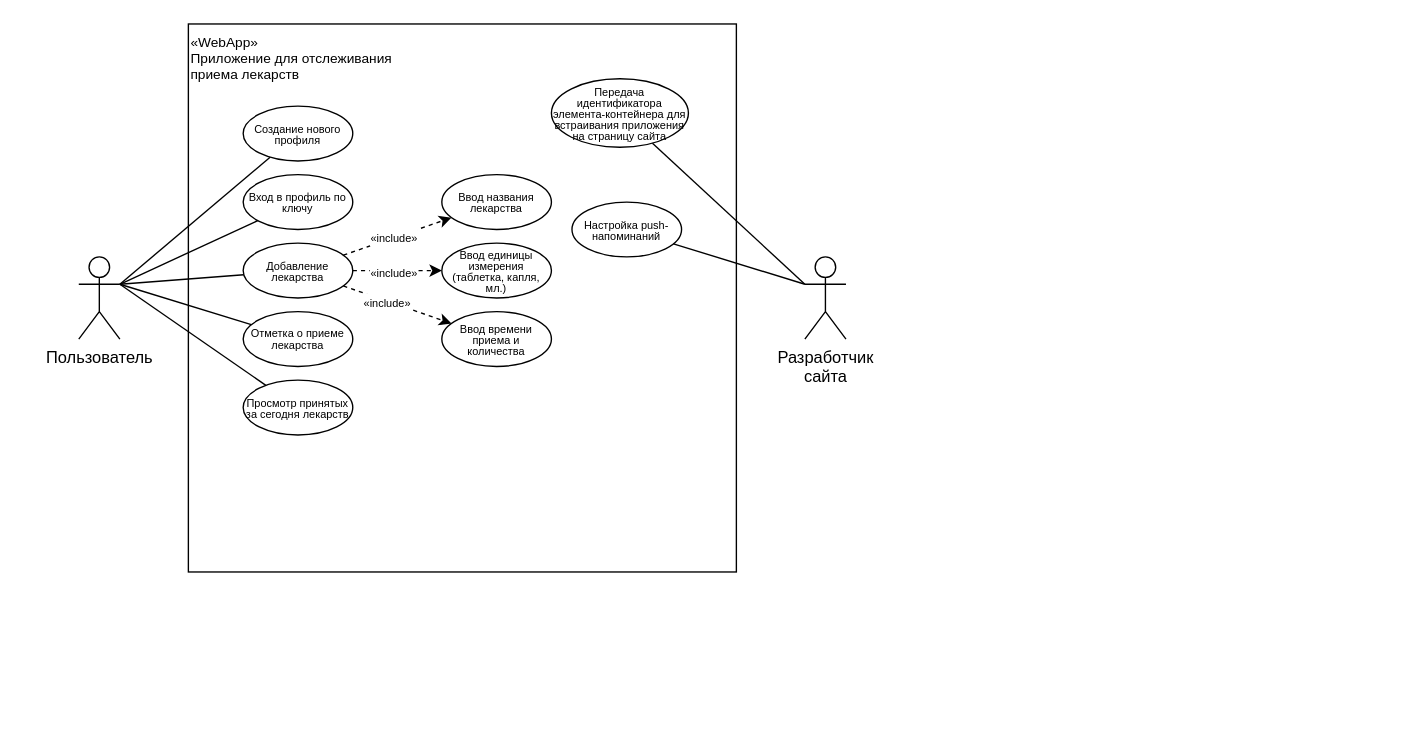
shar3nda/js-hw1 keeps this draw.io diagram as КрупновИван.drawio. Above is the earlier version. Source tidied: cells renumbered, new cells numbered last; positions are measured from the earlier drawing's top-left corner, leaving out a move shared by most shapes. Both pictures are drawn from the tidied source at 137%, with x=0, y=0 at pixel (23, 23).
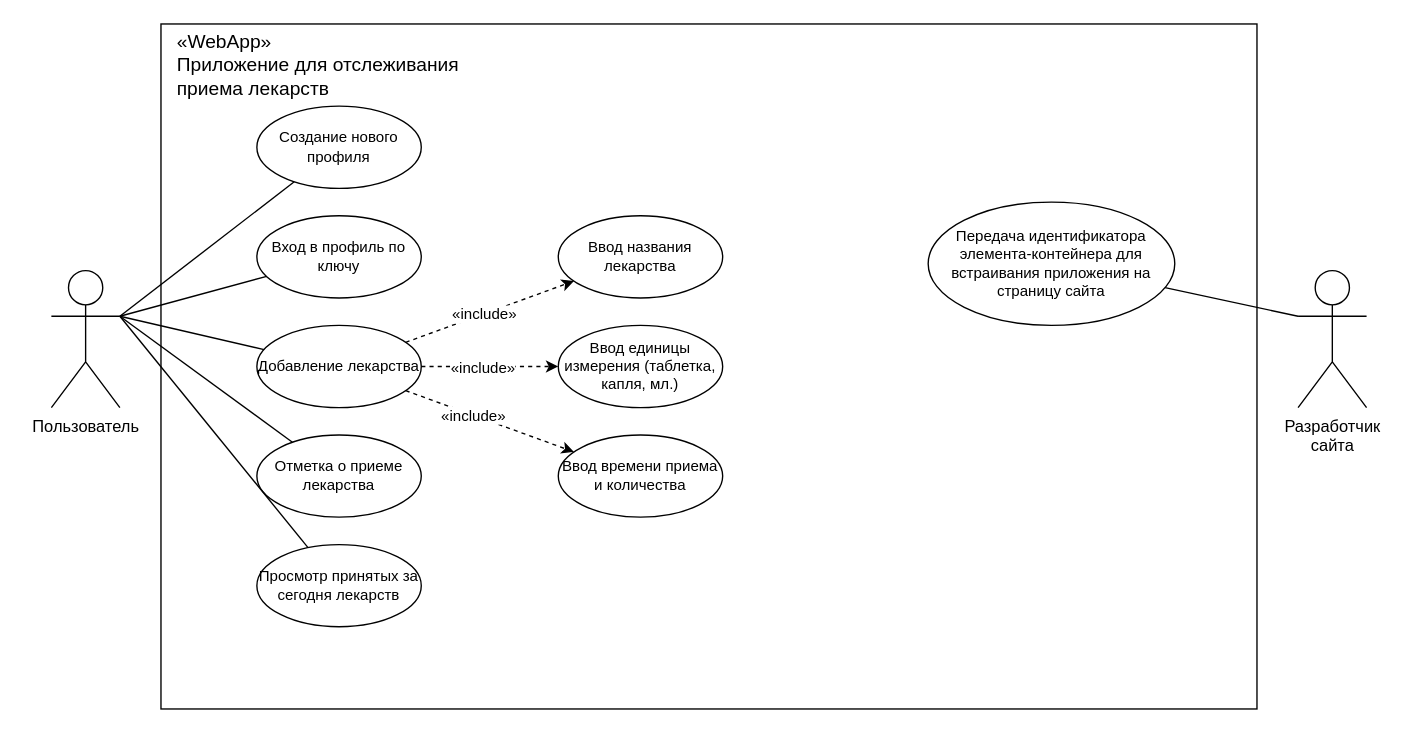
Above is the later version.

Unchanged cells that the change refers to:
```xml
<mxCell id="13" style="html=1;labelBackgroundColor=#ffffff;startArrow=none;startFill=0;startSize=6;endArrow=classic;endFill=1;endSize=6;jettySize=auto;strokeWidth=1;dashed=1;fontSize=14;rounded=0;" parent="1" edge="1" source="12" target="9">
  <mxGeometry relative="1" as="geometry" />
</mxCell>
<mxCell id="15" style="html=1;labelBackgroundColor=#ffffff;startArrow=none;startFill=0;startSize=6;endArrow=classic;endFill=1;endSize=6;jettySize=auto;strokeWidth=1;dashed=1;fontSize=14;rounded=0;" parent="1" edge="1" source="12" target="10">
  <mxGeometry relative="1" as="geometry" />
</mxCell>
<mxCell id="17" style="html=1;labelBackgroundColor=#ffffff;startArrow=none;startFill=0;startSize=6;endArrow=classic;endFill=1;endSize=6;jettySize=auto;strokeWidth=1;dashed=1;fontSize=14;rounded=0;" parent="1" edge="1" source="12" target="11">
  <mxGeometry relative="1" as="geometry" />
</mxCell>
```

Diff of the diagram source:
```diff
@@
     <mxCell id="2" style="rounded=0;whiteSpace=wrap;html=1;strokeColor=none;" parent="1" vertex="1">
-      <mxGeometry width="640" height="400" as="geometry" />
+      <mxGeometry width="1000" height="500" as="geometry" />
     </mxCell>
     <mxCell id="3" style="rounded=0;whiteSpace=wrap;html=1;" parent="1" vertex="1">
-      <mxGeometry x="120" width="400" height="400" as="geometry" />
+      <mxGeometry x="100" width="800" height="500" as="geometry" />
     </mxCell>
     <mxCell id="4" value="&lt;div&gt;Пользователь&lt;/div&gt;" style="shape=umlActor;verticalLabelPosition=bottom;verticalAlign=top;html=1;" parent="1" vertex="1">
-      <mxGeometry x="40" y="170" width="30" height="60" as="geometry" />
+      <mxGeometry x="20" y="180" width="50" height="100" as="geometry" />
     </mxCell>
     <mxCell id="5" value="&lt;div&gt;Разработчик&lt;/div&gt;&lt;div&gt;сайта&lt;br&gt;&lt;/div&gt;" style="shape=umlActor;verticalLabelPosition=bottom;verticalAlign=top;html=1;" parent="1" vertex="1">
-      <mxGeometry x="570" y="170" width="30" height="60" as="geometry" />
+      <mxGeometry x="930" y="180" width="50" height="100" as="geometry" />
     </mxCell>
-    <mxCell id="6" value="&lt;div align=&quot;left&quot; style=&quot;font-size: 10px;&quot;&gt;&lt;font style=&quot;font-size: 10px;&quot;&gt;«WebApp»&lt;/font&gt;&lt;/div&gt;&lt;div align=&quot;left&quot; style=&quot;font-size: 10px;&quot;&gt;&lt;font style=&quot;font-size: 10px;&quot;&gt;Приложение для  отслеживания приема лекарств&lt;font style=&quot;font-size: 10px;&quot;&gt;&lt;br&gt;&lt;/font&gt;&lt;/font&gt;&lt;/div&gt;" style="text;html=1;strokeColor=none;fillColor=none;align=left;verticalAlign=middle;whiteSpace=wrap;rounded=0;" parent="1" vertex="1">
-      <mxGeometry x="120" width="160" height="50" as="geometry" />
+    <mxCell id="6" value="&lt;div align=&quot;left&quot; style=&quot;font-size: 14px;&quot;&gt;&lt;font style=&quot;font-size: 14px;&quot;&gt;«WebApp»&lt;/font&gt;&lt;/div&gt;&lt;div align=&quot;left&quot; style=&quot;font-size: 14px;&quot;&gt;&lt;font style=&quot;font-size: 14px;&quot;&gt;Приложение для  отслеживания приема лекарств&lt;font style=&quot;font-size: 14px;&quot;&gt;&lt;br style=&quot;font-size: 14px;&quot;&gt;&lt;/font&gt;&lt;/font&gt;&lt;/div&gt;" style="text;html=1;strokeColor=none;fillColor=none;align=left;verticalAlign=middle;whiteSpace=wrap;rounded=0;fontSize=14;" parent="1" vertex="1">
+      <mxGeometry x="110" width="210" height="60" as="geometry" />
     </mxCell>
-    <mxCell id="7" value="&lt;p style=&quot;line-height: 50%;&quot;&gt;&lt;font style=&quot;font-size: 8px;&quot;&gt;Создание нового профиля&lt;br&gt;&lt;/font&gt;&lt;/p&gt;" style="ellipse;whiteSpace=wrap;html=1;" parent="1" vertex="1">
-      <mxGeometry x="160" y="60" width="80" height="40" as="geometry" />
+    <mxCell id="7" value="Создание нового профиля&lt;br style=&quot;font-size: 11px;&quot;&gt;" style="ellipse;whiteSpace=wrap;fontSize=11;html=1;" parent="1" vertex="1">
+      <mxGeometry x="170" y="60" width="120" height="60" as="geometry" />
     </mxCell>
-    <mxCell id="8" value="&lt;p style=&quot;line-height: 50%;&quot;&gt;&lt;font style=&quot;font-size: 8px;&quot;&gt;Вход в профиль по ключу&lt;br&gt;&lt;/font&gt;&lt;/p&gt;" style="ellipse;whiteSpace=wrap;html=1;" parent="1" vertex="1">
-      <mxGeometry x="160" y="110" width="80" height="40" as="geometry" />
+    <mxCell id="8" value="Вход в профиль по ключу&lt;br style=&quot;font-size: 11px;&quot;&gt;" style="ellipse;whiteSpace=wrap;fontSize=11;html=1;" parent="1" vertex="1">
+      <mxGeometry x="170" y="140" width="120" height="60" as="geometry" />
     </mxCell>
-    <mxCell id="9" value="&lt;p style=&quot;line-height: 50%;&quot;&gt;&lt;font style=&quot;font-size: 8px;&quot;&gt;Ввод названия лекарства&lt;br&gt;&lt;/font&gt;&lt;/p&gt;" style="ellipse;whiteSpace=wrap;html=1;" parent="1" vertex="1">
-      <mxGeometry x="305" y="110" width="80" height="40" as="geometry" />
+    <mxCell id="9" value="Ввод названия лекарства&lt;br style=&quot;font-size: 11px;&quot;&gt;" style="ellipse;whiteSpace=wrap;html=1;fontSize=11;" parent="1" vertex="1">
+      <mxGeometry x="390" y="140" width="120" height="60" as="geometry" />
     </mxCell>
-    <mxCell id="10" value="&lt;p style=&quot;line-height: 50%;&quot;&gt;&lt;font style=&quot;font-size: 8px;&quot;&gt;Ввод единицы измерения (таблетка, капля, мл.)&lt;br&gt;&lt;/font&gt;&lt;/p&gt;" style="ellipse;whiteSpace=wrap;html=1;" parent="1" vertex="1">
-      <mxGeometry x="305" y="160" width="80" height="40" as="geometry" />
+    <mxCell id="10" value="Ввод единицы измерения (таблетка, капля, мл.)&lt;br style=&quot;font-size: 11px;&quot;&gt;" style="ellipse;whiteSpace=wrap;html=1;fontSize=11;" parent="1" vertex="1">
+      <mxGeometry x="390" y="220" width="120" height="60" as="geometry" />
     </mxCell>
-    <mxCell id="11" value="&lt;p style=&quot;line-height: 50%;&quot;&gt;&lt;font style=&quot;font-size: 8px;&quot;&gt;Ввод времени приема и количества&lt;/font&gt;&lt;/p&gt;" style="ellipse;whiteSpace=wrap;html=1;" parent="1" vertex="1">
-      <mxGeometry x="305" y="210" width="80" height="40" as="geometry" />
+    <mxCell id="11" value="Ввод времени приема и количества" style="ellipse;whiteSpace=wrap;html=1;fontSize=11;" parent="1" vertex="1">
+      <mxGeometry x="390" y="300" width="120" height="60" as="geometry" />
     </mxCell>
-    <mxCell id="12" value="&lt;p style=&quot;line-height: 50%;&quot;&gt;&lt;font style=&quot;font-size: 8px;&quot;&gt;Добавление лекарства&lt;/font&gt;&lt;/p&gt;" style="ellipse;whiteSpace=wrap;html=1;" parent="1" vertex="1">
-      <mxGeometry x="160" y="160" width="80" height="40" as="geometry" />
+    <mxCell id="12" value="Добавление лекарства" style="ellipse;whiteSpace=wrap;fontSize=11;html=1;" parent="1" vertex="1">
+      <mxGeometry x="170" y="220" width="120" height="60" as="geometry" />
     </mxCell>
@@
-    <mxCell id="14" value="&lt;font style=&quot;font-size: 8px;&quot;&gt;«include»&lt;/font&gt;" style="edgeLabel;html=1;align=center;verticalAlign=middle;" parent="13" vertex="1">
+    <mxCell id="14" value="«include»" style="edgeLabel;align=center;verticalAlign=middle;html=1;fontSize=11;" parent="13" vertex="1">
       <mxGeometry x="-0.07" relative="1" as="geometry" />
     </mxCell>
@@
-    <mxCell id="16" value="&lt;font style=&quot;font-size: 8px;&quot;&gt;«include»&lt;/font&gt;" style="edgeLabel;html=1;align=center;verticalAlign=middle;" parent="15" vertex="1">
+    <mxCell id="16" value="«include»" style="edgeLabel;align=center;verticalAlign=middle;html=1;fontSize=11;" parent="15" vertex="1">
       <mxGeometry x="-0.12" relative="1" as="geometry" />
     </mxCell>
@@
-    <mxCell id="18" value="&lt;font style=&quot;font-size: 8px;&quot;&gt;«include»&lt;/font&gt;" style="edgeLabel;html=1;align=center;verticalAlign=middle;" parent="17" vertex="1">
+    <mxCell id="18" value="«include»" style="edgeLabel;align=center;verticalAlign=middle;html=1;fontSize=11;" parent="17" vertex="1">
       <mxGeometry x="-0.21" relative="1" as="geometry" />
     </mxCell>
@@
-    <mxCell id="22" value="&lt;p style=&quot;line-height: 59%;&quot;&gt;&lt;font style=&quot;font-size: 8px;&quot;&gt;Отметка о приеме лекарства&lt;br&gt;&lt;/font&gt;&lt;/p&gt;" style="ellipse;whiteSpace=wrap;html=1;" parent="1" vertex="1">
-      <mxGeometry x="160" y="210" width="80" height="40" as="geometry" />
+    <mxCell id="22" value="Отметка о приеме лекарства&lt;br style=&quot;font-size: 11px;&quot;&gt;" style="ellipse;whiteSpace=wrap;fontSize=11;html=1;" parent="1" vertex="1">
+      <mxGeometry x="170" y="300" width="120" height="60" as="geometry" />
     </mxCell>
@@
-    <mxCell id="25" value="&lt;p style=&quot;line-height: 50%;&quot;&gt;&lt;font style=&quot;font-size: 8px;&quot;&gt;Просмотр принятых за сегодня лекарств&lt;br&gt;&lt;/font&gt;&lt;/p&gt;" style="ellipse;whiteSpace=wrap;html=1;" parent="1" vertex="1">
-      <mxGeometry x="160" y="260" width="80" height="40" as="geometry" />
+    <mxCell id="25" value="Просмотр принятых за сегодня лекарств&lt;br style=&quot;font-size: 11px;&quot;&gt;" style="ellipse;whiteSpace=wrap;fontSize=11;html=1;" parent="1" vertex="1">
+      <mxGeometry x="170" y="380" width="120" height="60" as="geometry" />
     </mxCell>
-    <mxCell id="26" value="&lt;p style=&quot;line-height: 50%;&quot;&gt;&lt;font style=&quot;font-size: 8px;&quot;&gt;Передача идентификатора элемента-контейнера для встраивания приложения на страницу сайта&lt;br&gt;&lt;/font&gt;&lt;/p&gt;" style="ellipse;whiteSpace=wrap;html=1;" parent="1" vertex="1">
-      <mxGeometry x="385" y="40" width="100" height="50" as="geometry" />
+    <mxCell id="26" value="Передача идентификатора элемента-контейнера для встраивания приложения на страницу сайта&lt;br style=&quot;font-size: 11px;&quot;&gt;" style="ellipse;whiteSpace=wrap;html=1;fontSize=11;" parent="1" vertex="1">
+      <mxGeometry x="660" y="130" width="180" height="90" as="geometry" />
     </mxCell>
@@
-    <mxCell id="28" value="&lt;p style=&quot;line-height: 50%;&quot;&gt;&lt;font style=&quot;font-size: 8px;&quot;&gt;Настройка push-напоминаний&lt;br&gt;&lt;/font&gt;&lt;/p&gt;" style="ellipse;whiteSpace=wrap;html=1;" parent="1" vertex="1">
-      <mxGeometry x="400" y="130" width="80" height="40" as="geometry" />
-    </mxCell>
-    <mxCell id="29" style="endArrow=none;html=1;rounded=0;exitX=0;exitY=0.3333333333333333;exitDx=0;exitDy=0;exitPerimeter=0;" parent="1" edge="1" source="5" target="28">
-      <mxGeometry relative="1" as="geometry" />
-    </mxCell>
```
